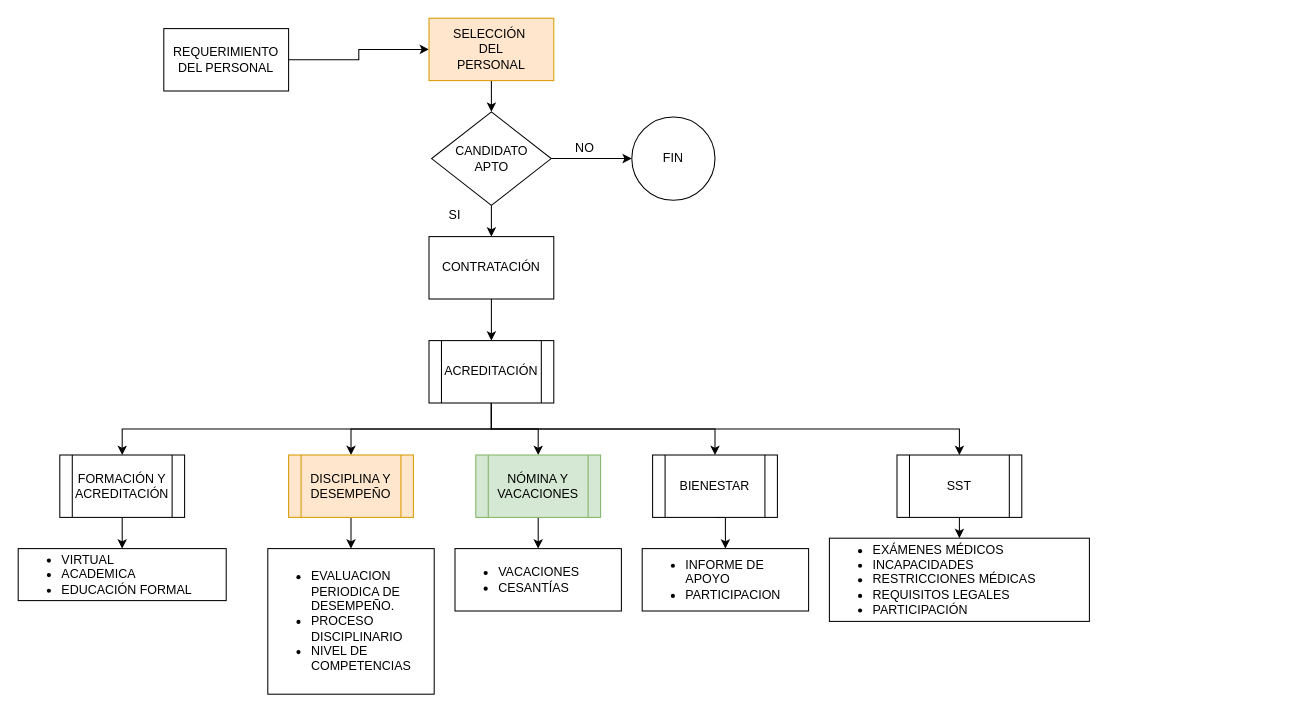
Above: Untitled Diagram.drawio in SeguridadOmega/diagrams (draw.io), before the change. Source tidied: cells renumbered, new cells numbered last; positions are measured from the earlier drawing's top-left corner, leaving out a move shared by most shapes. Both pictures are drawn from the tidied source at 104%, with x=0, y=0 at pixel (18, 18).
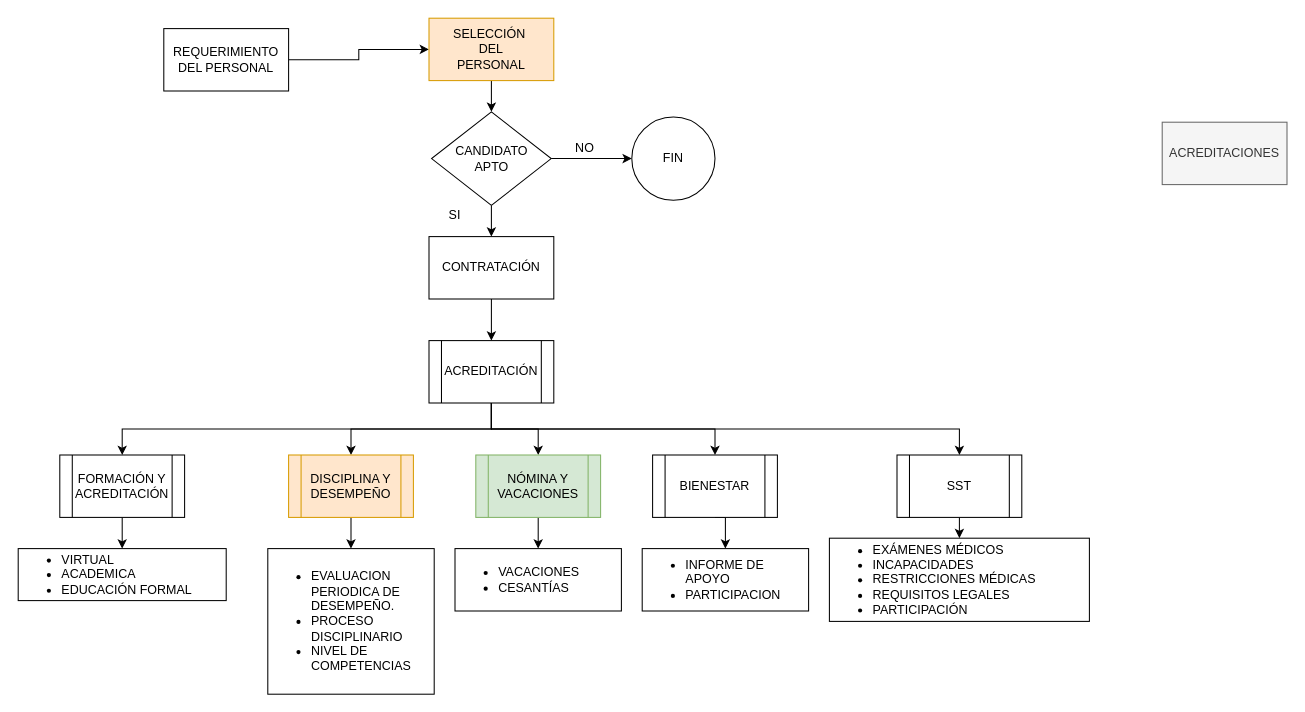
The same page after the edit.

Commit message:
Gestión humana

What changed in the source:
```diff
@@
+    <mxCell id="35" value="ACREDITACIONES" style="rounded=0;whiteSpace=wrap;html=1;fillColor=#f5f5f5;fontColor=#333333;strokeColor=#666666;" parent="1" vertex="1">
+      <mxGeometry x="1100" y="100" width="120" height="60" as="geometry" />
+    </mxCell>
```
